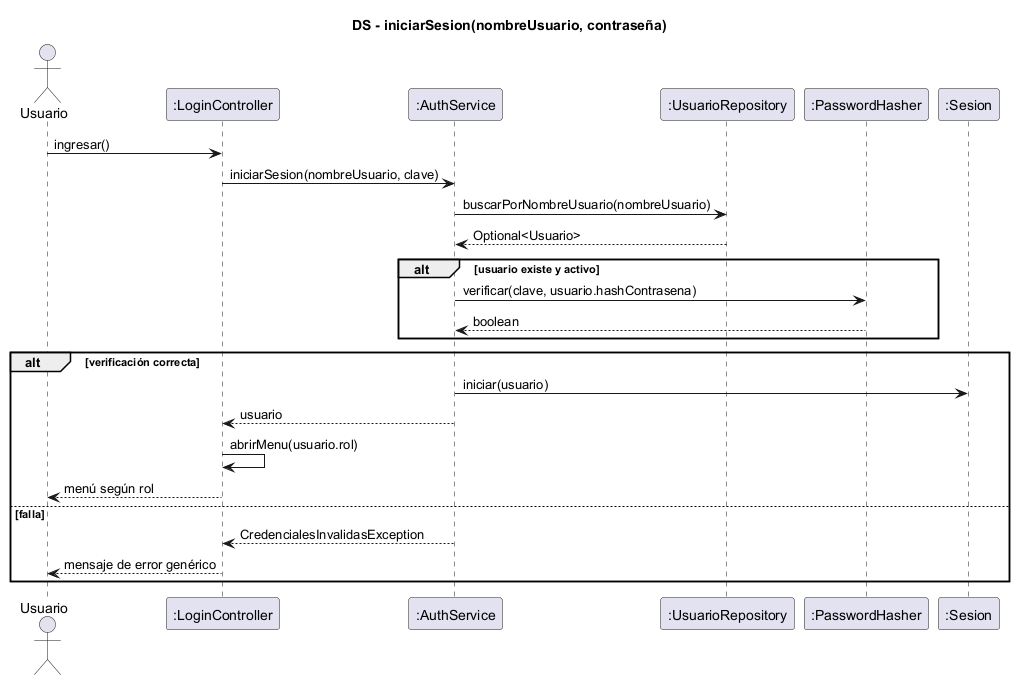
Before: document/diagramas/ds-iniciar-sesion.png, a diagram exported from PlantUML (ISMAELALTHENOFER/BACKOFFICE-ACADEMICO-ITEC-N-1).
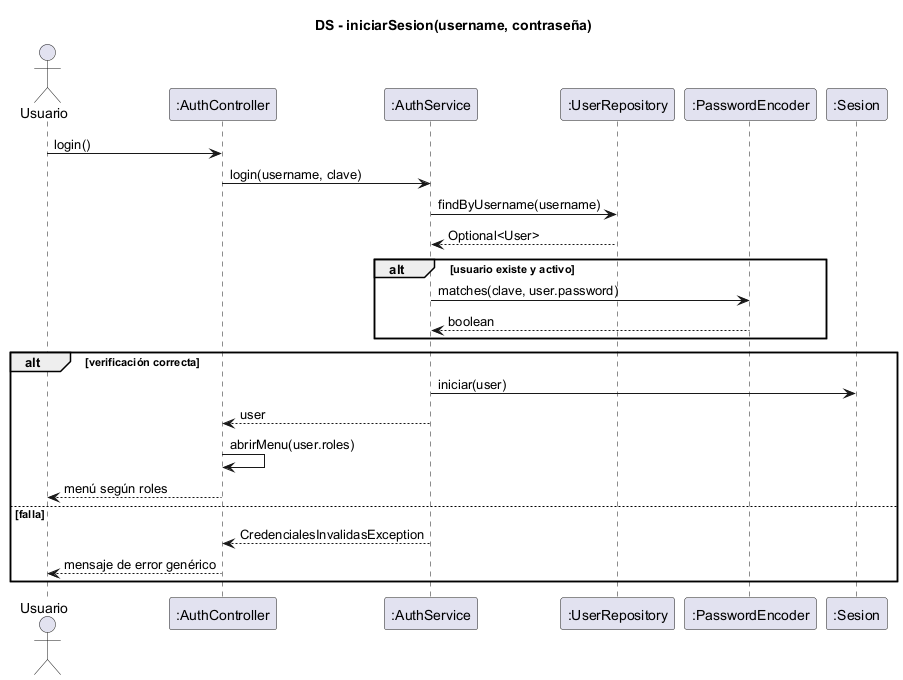
After the commit.

What changed in the source:
```diff
@@ -1,26 +1,26 @@
 @startuml ds-iniciar-sesion
 skinparam shadowing false
-title DS - iniciarSesion(nombreUsuario, contraseña)
+title DS - iniciarSesion(username, contraseña)
 actor Usuario
-participant ":LoginController" as C
+participant ":AuthController" as C
 participant ":AuthService" as A
-participant ":UsuarioRepository" as R
-participant ":PasswordHasher" as H
+participant ":UserRepository" as R
+participant ":PasswordEncoder" as H
 participant ":Sesion" as SE
 
-Usuario -> C : ingresar()
-C -> A : iniciarSesion(nombreUsuario, clave)
-A -> R : buscarPorNombreUsuario(nombreUsuario)
-R --> A : Optional<Usuario>
+Usuario -> C : login()
+C -> A : login(username, clave)
+A -> R : findByUsername(username)
+R --> A : Optional<User>
 alt usuario existe y activo
-  A -> H : verificar(clave, usuario.hashContrasena)
+  A -> H : matches(clave, user.password)
   H --> A : boolean
 end
 alt verificación correcta
-  A -> SE : iniciar(usuario)
-  A --> C : usuario
-  C -> C : abrirMenu(usuario.rol)
-  C --> Usuario : menú según rol
+  A -> SE : iniciar(user)
+  A --> C : user
+  C -> C : abrirMenu(user.roles)
+  C --> Usuario : menú según roles
 else falla
   A --> C : CredencialesInvalidasException
   C --> Usuario : mensaje de error genérico
```
